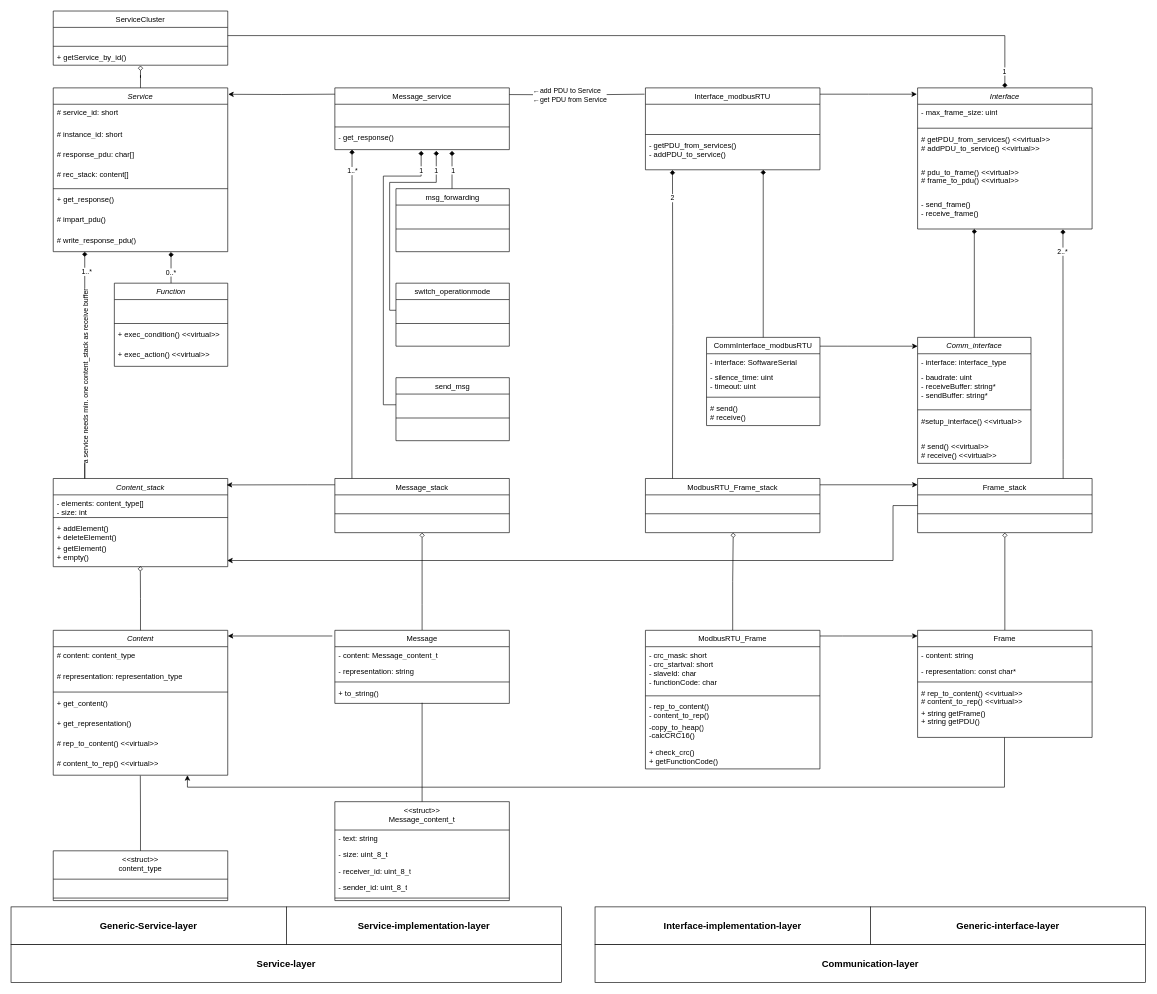
Earlier version of the draw.io diagram modbus_classdiagram.drawio (F-L-X-S/BusBricks). Source tidied: cells renumbered, new cells numbered last; positions are measured from the earlier drawing's top-left corner, leaving out a move shared by most shapes. Both pictures are drawn from the tidied source at 63%, with x=0, y=0 at pixel (11, 11).
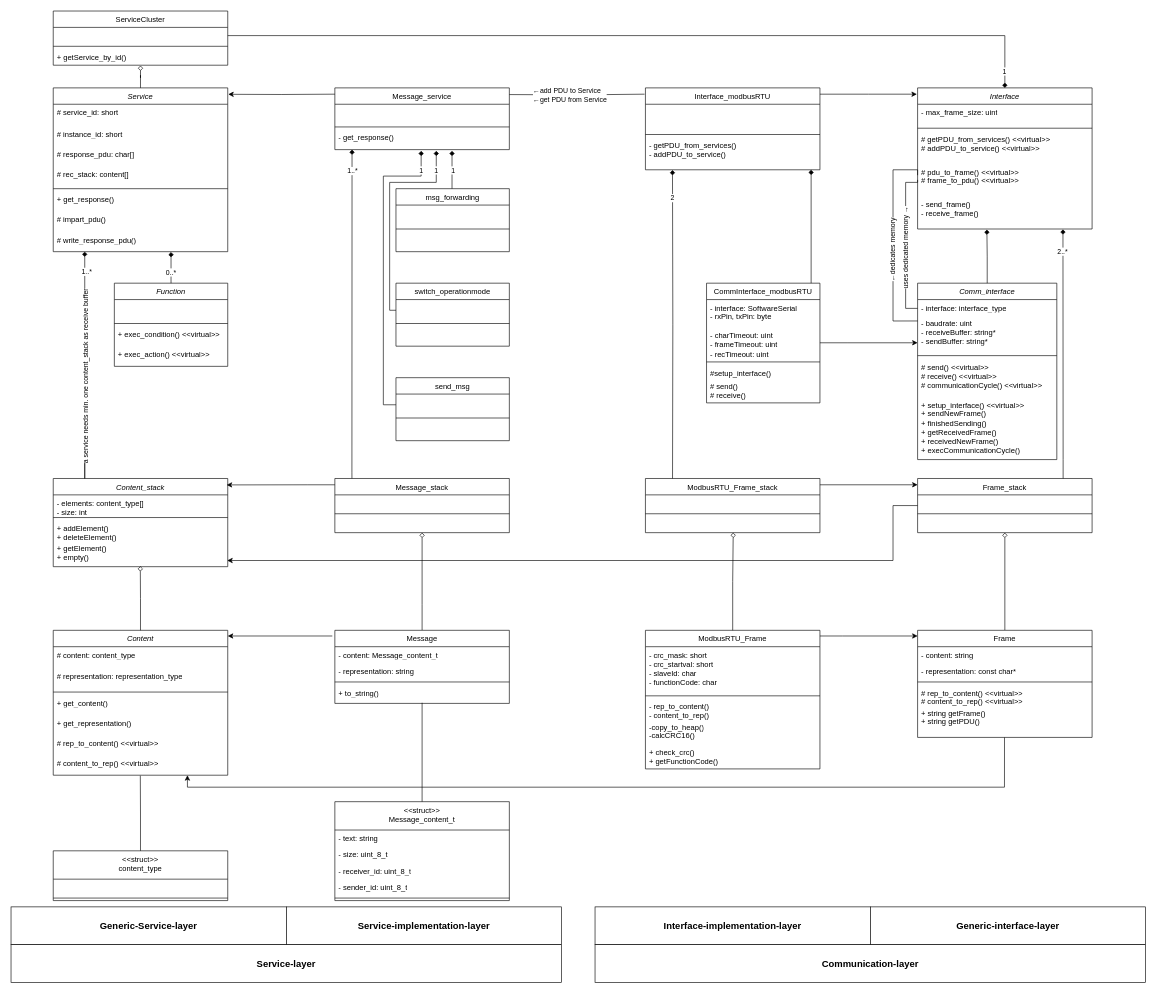
The same page after the edit.

Commit message (it also covers changes not shown here):
execCommCycle override f. modbus rtu

The change refers to these unchanged cells:
```xml
<mxCell id="6" value="# pdu_to_frame() &amp;lt;&amp;lt;virtual&amp;gt;&amp;gt;&lt;br&gt;# frame_to_pdu() &amp;lt;&amp;lt;virtual&amp;gt;&amp;gt;" style="text;strokeColor=none;fillColor=none;align=left;verticalAlign=top;spacingLeft=4;spacingRight=4;overflow=hidden;points=[[0,0.5],[1,0.5]];portConstraint=eastwest;whiteSpace=wrap;html=1;" parent="2" vertex="1">
  <mxGeometry y="120" width="277" height="52" as="geometry" />
</mxCell>
<mxCell id="7" value="- send_frame()&amp;nbsp;&lt;br&gt;- receive_frame()&amp;nbsp;" style="text;strokeColor=none;fillColor=none;align=left;verticalAlign=top;spacingLeft=4;spacingRight=4;overflow=hidden;points=[[0,0.5],[1,0.5]];portConstraint=eastwest;whiteSpace=wrap;html=1;" parent="2" vertex="1">
  <mxGeometry y="172" width="277" height="52" as="geometry" />
</mxCell>
<mxCell id="102" value="- getPDU_from_services()&amp;nbsp;&lt;br&gt;- addPDU_to_service()&amp;nbsp;" style="text;strokeColor=none;fillColor=none;align=left;verticalAlign=top;spacingLeft=4;spacingRight=4;overflow=hidden;points=[[0,0.5],[1,0.5]];portConstraint=eastwest;whiteSpace=wrap;html=1;" parent="99" vertex="1">
  <mxGeometry y="78" width="277" height="52" as="geometry" />
</mxCell>
```

The edit, as a diff of the source:
```diff
@@
     <mxCell id="8" value="&lt;span style=&quot;font-weight: normal;&quot;&gt;CommInterface_modbusRTU&lt;/span&gt;" style="swimlane;fontStyle=1;align=center;verticalAlign=top;horizontal=1;startSize=26;whiteSpace=wrap;html=1;" parent="1" vertex="1">
-      <mxGeometry x="1104" y="518" width="180" height="140" as="geometry" />
+      <mxGeometry x="1104" y="432" width="180" height="190" as="geometry" />
     </mxCell>
-    <mxCell id="9" value="&lt;div&gt;&lt;span style=&quot;background-color: initial;&quot;&gt;- interface: SoftwareSerial&lt;/span&gt;&lt;br&gt;&lt;/div&gt;" style="text;strokeColor=none;fillColor=none;align=left;verticalAlign=top;spacingLeft=4;spacingRight=4;overflow=hidden;whiteSpace=wrap;html=1;" parent="8" vertex="1">
-      <mxGeometry y="26" width="180" height="24" as="geometry" />
+    <mxCell id="9" value="&lt;div&gt;&lt;span style=&quot;background-color: initial;&quot;&gt;- interface: SoftwareSerial&lt;/span&gt;&lt;br&gt;&lt;/div&gt;&lt;div&gt;&lt;span style=&quot;background-color: initial;&quot;&gt;- rxPin, txPin: byte&lt;/span&gt;&lt;/div&gt;" style="text;strokeColor=none;fillColor=none;align=left;verticalAlign=top;spacingLeft=4;spacingRight=4;overflow=hidden;whiteSpace=wrap;html=1;" parent="8" vertex="1">
+      <mxGeometry y="26" width="180" height="44" as="geometry" />
     </mxCell>
-    <mxCell id="10" value="&lt;div&gt;&lt;span style=&quot;background-color: initial;&quot;&gt;- silence_time: uint&lt;/span&gt;&lt;br&gt;&lt;/div&gt;&lt;div&gt;- timeout: uint&lt;/div&gt;" style="text;strokeColor=none;fillColor=none;align=left;verticalAlign=top;spacingLeft=4;spacingRight=4;overflow=hidden;whiteSpace=wrap;html=1;" parent="8" vertex="1">
-      <mxGeometry y="50" width="180" height="40" as="geometry" />
+    <mxCell id="10" value="&lt;div&gt;&lt;span style=&quot;background-color: initial;&quot;&gt;- charTimeout: uint&lt;/span&gt;&lt;br&gt;&lt;/div&gt;&lt;div&gt;- frameTimeout: uint&lt;/div&gt;&lt;div&gt;- recTimeout: uint&lt;/div&gt;" style="text;strokeColor=none;fillColor=none;align=left;verticalAlign=top;spacingLeft=4;spacingRight=4;overflow=hidden;whiteSpace=wrap;html=1;" parent="8" vertex="1">
+      <mxGeometry y="70" width="180" height="50" as="geometry" />
     </mxCell>
     <mxCell id="11" style="line;strokeWidth=1;fillColor=none;align=left;verticalAlign=middle;spacingTop=-1;spacingLeft=3;spacingRight=3;labelPosition=right;strokeColor=inherit;" parent="8" vertex="1">
-      <mxGeometry y="90" width="180" height="10" as="geometry" />
+      <mxGeometry y="120" width="180" height="10" as="geometry" />
     </mxCell>
+    <mxCell id="153" value="#setup_interface()" style="text;strokeColor=none;fillColor=none;align=left;verticalAlign=top;spacingLeft=4;spacingRight=4;overflow=hidden;whiteSpace=wrap;html=1;" parent="8" vertex="1">
+      <mxGeometry y="130" width="180" height="20" as="geometry" />
+    </mxCell>
     <mxCell id="12" value="# send()&amp;nbsp;&lt;div&gt;# receive()&lt;br&gt;&lt;/div&gt;" style="text;strokeColor=none;fillColor=none;align=left;verticalAlign=top;spacingLeft=4;spacingRight=4;overflow=hidden;whiteSpace=wrap;html=1;" parent="8" vertex="1">
-      <mxGeometry y="100" width="180" height="40" as="geometry" />
+      <mxGeometry y="150" width="180" height="40" as="geometry" />
     </mxCell>
@@
     <mxCell id="103" value="&lt;span style=&quot;font-weight: 400;&quot;&gt;&lt;i&gt;Comm_interface&lt;/i&gt;&lt;/span&gt;" style="swimlane;fontStyle=1;align=center;verticalAlign=top;horizontal=1;startSize=26;whiteSpace=wrap;html=1;" parent="1" vertex="1">
-      <mxGeometry x="1439" y="518" width="180" height="200" as="geometry" />
+      <mxGeometry x="1439" y="432" width="221" height="280" as="geometry" />
     </mxCell>
     <mxCell id="104" value="&lt;div&gt;&lt;span style=&quot;background-color: initial;&quot;&gt;- interface: interface_type&lt;/span&gt;&lt;br&gt;&lt;/div&gt;" style="text;strokeColor=none;fillColor=none;align=left;verticalAlign=top;spacingLeft=4;spacingRight=4;overflow=hidden;points=[[0,0.5],[1,0.5]];portConstraint=eastwest;whiteSpace=wrap;html=1;" parent="103" vertex="1">
-      <mxGeometry y="26" width="180" height="24" as="geometry" />
+      <mxGeometry y="26" width="221" height="24" as="geometry" />
     </mxCell>
     <mxCell id="105" value="&lt;div&gt;&lt;span style=&quot;background-color: initial;&quot;&gt;- baudrate: uint&lt;/span&gt;&lt;br&gt;&lt;/div&gt;&lt;div&gt;&lt;div&gt;- receiveBuffer: string*&lt;/div&gt;&lt;div&gt;- sendBuffer: string*&lt;/div&gt;&lt;/div&gt;" style="text;strokeColor=none;fillColor=none;align=left;verticalAlign=top;spacingLeft=4;spacingRight=4;overflow=hidden;points=[[0,0.5],[1,0.5]];portConstraint=eastwest;whiteSpace=wrap;html=1;" parent="103" vertex="1">
-      <mxGeometry y="50" width="180" height="60" as="geometry" />
+      <mxGeometry y="50" width="221" height="60" as="geometry" />
     </mxCell>
     <mxCell id="106" style="line;strokeWidth=1;fillColor=none;align=left;verticalAlign=middle;spacingTop=-1;spacingLeft=3;spacingRight=3;labelPosition=right;strokeColor=inherit;" parent="103" vertex="1">
-      <mxGeometry y="110" width="180" height="10" as="geometry" />
+      <mxGeometry y="110" width="221" height="10" as="geometry" />
     </mxCell>
-    <mxCell id="107" value="#setup_interface() &amp;lt;&amp;lt;virtual&amp;gt;&amp;gt;" style="text;strokeColor=none;fillColor=none;align=left;verticalAlign=top;spacingLeft=4;spacingRight=4;overflow=hidden;whiteSpace=wrap;html=1;" parent="103" vertex="1">
-      <mxGeometry y="120" width="180" height="40" as="geometry" />
-    </mxCell>
-    <mxCell id="108" value="# send() &amp;lt;&amp;lt;virtual&amp;gt;&amp;gt;&lt;div&gt;# receive() &amp;lt;&amp;lt;virtual&amp;gt;&amp;gt;&lt;br&gt;&lt;/div&gt;" style="text;strokeColor=none;fillColor=none;align=left;verticalAlign=top;spacingLeft=4;spacingRight=4;overflow=hidden;whiteSpace=wrap;html=1;" parent="103" vertex="1">
-      <mxGeometry y="160" width="180" height="40" as="geometry" />
+    <mxCell id="108" value="# send() &amp;lt;&amp;lt;virtual&amp;gt;&amp;gt;&lt;div&gt;# receive() &amp;lt;&amp;lt;virtual&amp;gt;&amp;gt;&lt;br&gt;&lt;/div&gt;&lt;div&gt;# communicationCycle() &amp;lt;&amp;lt;virtual&amp;gt;&amp;gt;&lt;/div&gt;" style="text;strokeColor=none;fillColor=none;align=left;verticalAlign=top;spacingLeft=4;spacingRight=4;overflow=hidden;whiteSpace=wrap;html=1;" parent="103" vertex="1">
+      <mxGeometry y="120" width="221" height="60" as="geometry" />
     </mxCell>
+    <mxCell id="154" value="+ setup_interface() &amp;lt;&amp;lt;virtual&amp;gt;&amp;gt;&lt;br&gt;+&amp;nbsp;sendNewFrame()&lt;br&gt;+&amp;nbsp;finishedSending()&lt;br&gt;+&amp;nbsp;getReceivedFrame()&lt;br&gt;+ receivedNewFrame()&lt;br&gt;+&amp;nbsp;execCommunicationCycle()" style="text;strokeColor=none;fillColor=none;align=left;verticalAlign=top;spacingLeft=4;spacingRight=4;overflow=hidden;whiteSpace=wrap;html=1;" parent="103" vertex="1">
+      <mxGeometry y="180" width="221" height="100" as="geometry" />
+    </mxCell>
@@
     <mxCell id="110" style="edgeStyle=orthogonalEdgeStyle;rounded=0;orthogonalLoop=1;jettySize=auto;html=1;entryX=0;entryY=0.5;entryDx=0;entryDy=0;" parent="1" edge="1">
       <mxGeometry relative="1" as="geometry">
-        <mxPoint x="1284" y="532" as="sourcePoint" />
-        <mxPoint x="1439" y="532" as="targetPoint" />
+        <mxPoint x="1284" y="526.6" as="sourcePoint" />
+        <mxPoint x="1439" y="526.6" as="targetPoint" />
         <Array as="points">
-          <mxPoint x="1327" y="532" />
-          <mxPoint x="1327" y="532" />
+          <mxPoint x="1327" y="526.6" />
+          <mxPoint x="1327" y="526.6" />
         </Array>
       </mxGeometry>
     </mxCell>
-    <mxCell id="111" style="edgeStyle=orthogonalEdgeStyle;rounded=0;jettySize=auto;html=1;entryX=0.325;entryY=0.998;entryDx=0;entryDy=0;entryPerimeter=0;endArrow=diamond;endFill=1;" parent="1" edge="1" source="103" target="7">
+    <mxCell id="111" style="edgeStyle=orthogonalEdgeStyle;rounded=0;jettySize=auto;html=1;entryX=0.397;entryY=1.019;entryDx=0;entryDy=0;entryPerimeter=0;endArrow=diamond;endFill=1;" parent="1" edge="1" source="103" target="7">
       <mxGeometry relative="1" as="geometry" />
     </mxCell>
@@
-    <mxCell id="152" style="edgeStyle=orthogonalEdgeStyle;rounded=0;jettySize=auto;html=1;entryX=0.675;entryY=1;entryDx=0;entryDy=0;entryPerimeter=0;endArrow=diamond;endFill=1;" parent="1" edge="1" source="8" target="102">
-      <mxGeometry relative="1" as="geometry" />
+    <mxCell id="152" style="edgeStyle=orthogonalEdgeStyle;rounded=0;orthogonalLoop=1;jettySize=auto;html=1;entryX=0.675;entryY=1;entryDx=0;entryDy=0;entryPerimeter=0;endArrow=diamond;endFill=1;" parent="1" edge="1">
+      <mxGeometry relative="1" as="geometry">
+        <mxPoint x="1270" y="432" as="sourcePoint" />
+        <mxPoint x="1270" y="252" as="targetPoint" />
+      </mxGeometry>
     </mxCell>
+    <mxCell id="155" style="edgeStyle=orthogonalEdgeStyle;rounded=0;jettySize=auto;html=1;entryX=0;entryY=0.5;entryDx=0;entryDy=0;endArrow=none;endFill=0;" parent="1" edge="1" source="104" target="6">
+      <mxGeometry relative="1" as="geometry">
+        <Array as="points">
+          <mxPoint x="1420" y="472" />
+          <mxPoint x="1420" y="272" />
+          <mxPoint x="1439" y="272" />
+        </Array>
+      </mxGeometry>
+    </mxCell>
+    <mxCell id="156" value="uses dedicated memory →" style="edgeLabel;html=1;align=center;verticalAlign=middle;rotation=-90;" parent="155" vertex="1">
+      <mxGeometry x="-0.06" y="1" relative="1" as="geometry" />
+    </mxCell>
+    <mxCell id="157" style="edgeStyle=orthogonalEdgeStyle;rounded=0;jettySize=auto;html=1;entryX=0;entryY=0.357;entryDx=0;entryDy=0;endArrow=none;endFill=0;entryPerimeter=0;exitX=0.001;exitY=0.166;exitDx=0;exitDy=0;exitPerimeter=0;" parent="1" edge="1" source="105" target="6">
+      <mxGeometry relative="1" as="geometry">
+        <Array as="points">
+          <mxPoint x="1400" y="492" />
+          <mxPoint x="1400" y="252" />
+          <mxPoint x="1439" y="252" />
+        </Array>
+      </mxGeometry>
+    </mxCell>
+    <mxCell id="158" value="←dedicates memory" style="edgeLabel;html=1;align=center;verticalAlign=middle;rotation=-90;" parent="157" vertex="1">
+      <mxGeometry x="-0.06" y="1" relative="1" as="geometry">
+        <mxPoint y="3" as="offset" />
+      </mxGeometry>
+    </mxCell>
```
